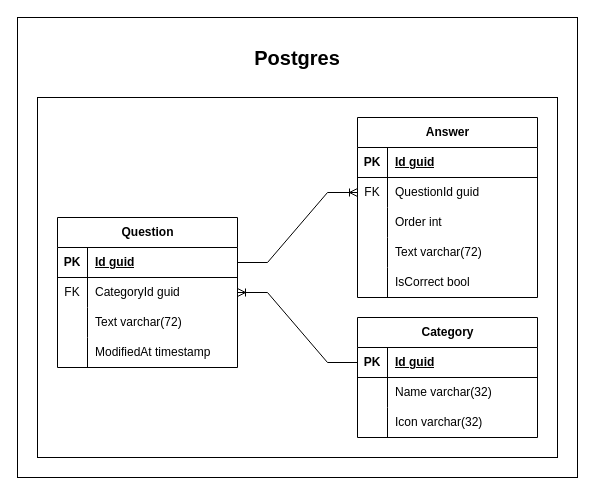
tymoteusz-merito-80350/merito.quiz keeps this draw.io diagram as diagrams/erd.drawio. Above is the earlier version. Source tidied: cells renumbered, new cells numbered last; positions are measured from the earlier drawing's top-left corner, leaving out a move shared by most shapes. Both pictures are drawn from the tidied source at 100%, with x=0, y=0 at pixel (17, 17).
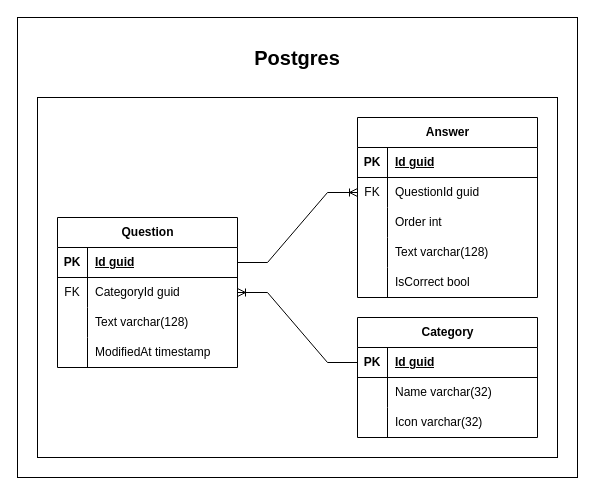
After the change.

The change refers to these unchanged cells:
```xml
<mxCell id="12" style="shape=tableRow;horizontal=0;startSize=0;swimlaneHead=0;swimlaneBody=0;fillColor=none;top=0;left=0;right=0;bottom=0;" parent="5" vertex="1">
  <mxGeometry y="90" width="180" height="30" as="geometry" />
</mxCell>
<mxCell id="28" style="shape=tableRow;horizontal=0;startSize=0;swimlaneHead=0;swimlaneBody=0;fillColor=none;top=0;left=0;right=0;bottom=0;" parent="18" vertex="1">
  <mxGeometry y="120" width="180" height="30" as="geometry" />
</mxCell>
```

Change to the diagram source:
```diff
@@
-    <mxCell id="14" value="Text varchar(72)" style="shape=partialRectangle;fillColor=none;top=0;left=0;bottom=0;right=0;align=left;spacingLeft=6;overflow=hidden;whiteSpace=wrap;html=1;" parent="12" vertex="1">
+    <mxCell id="14" value="Text varchar(128)" style="shape=partialRectangle;fillColor=none;top=0;left=0;bottom=0;right=0;align=left;spacingLeft=6;overflow=hidden;whiteSpace=wrap;html=1;" parent="12" vertex="1">
       <mxGeometry x="30" width="150" height="30" as="geometry" />
     </mxCell>
@@
-    <mxCell id="30" value="Text varchar(72)" style="shape=partialRectangle;fillColor=none;top=0;left=0;bottom=0;right=0;align=left;spacingLeft=6;overflow=hidden;whiteSpace=wrap;html=1;" parent="28" vertex="1">
+    <mxCell id="30" value="Text varchar(128)" style="shape=partialRectangle;fillColor=none;top=0;left=0;bottom=0;right=0;align=left;spacingLeft=6;overflow=hidden;whiteSpace=wrap;html=1;" parent="28" vertex="1">
       <mxGeometry x="30" width="150" height="30" as="geometry" />
     </mxCell>
```
